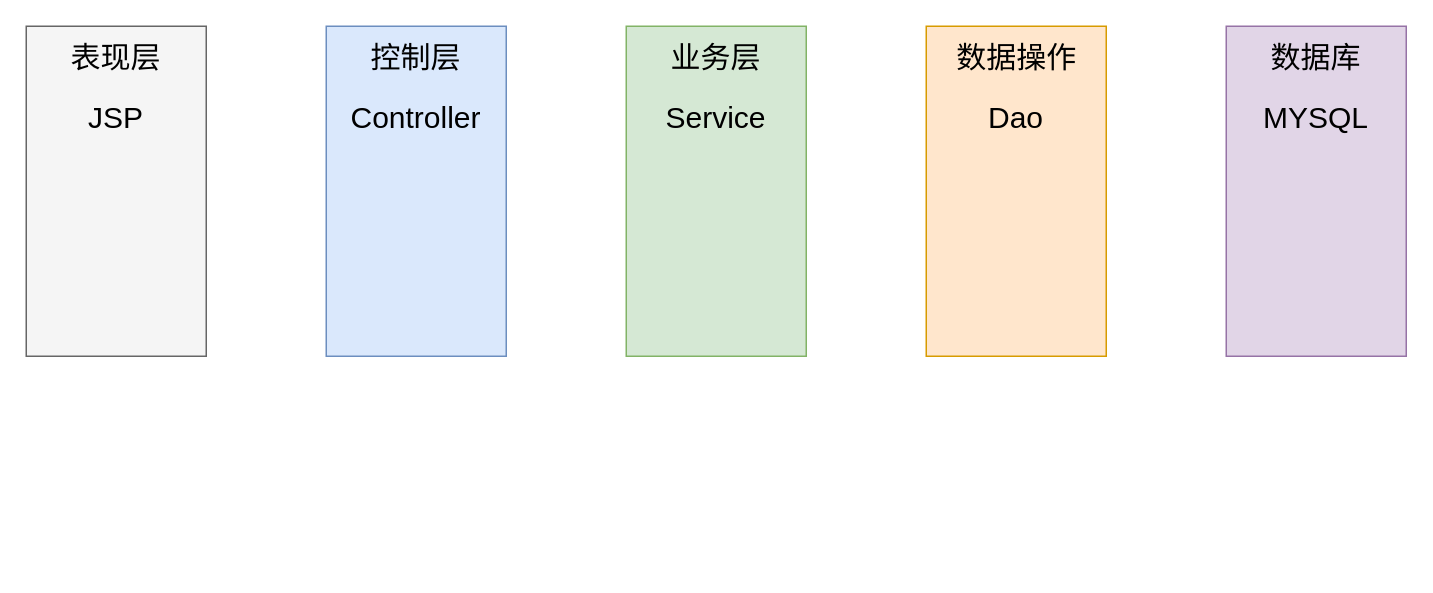
Earlier version of the draw.io diagram page "Page-2" (2 of 2) of MVC简构.drawio (yzexclusive/draw). Source tidied: cells renumbered, new cells numbered last; positions are measured from the earlier drawing's top-left corner, leaving out a move shared by most shapes. Both pictures are drawn from the tidied source at 150%, with x=0, y=0 at pixel (26, 26).
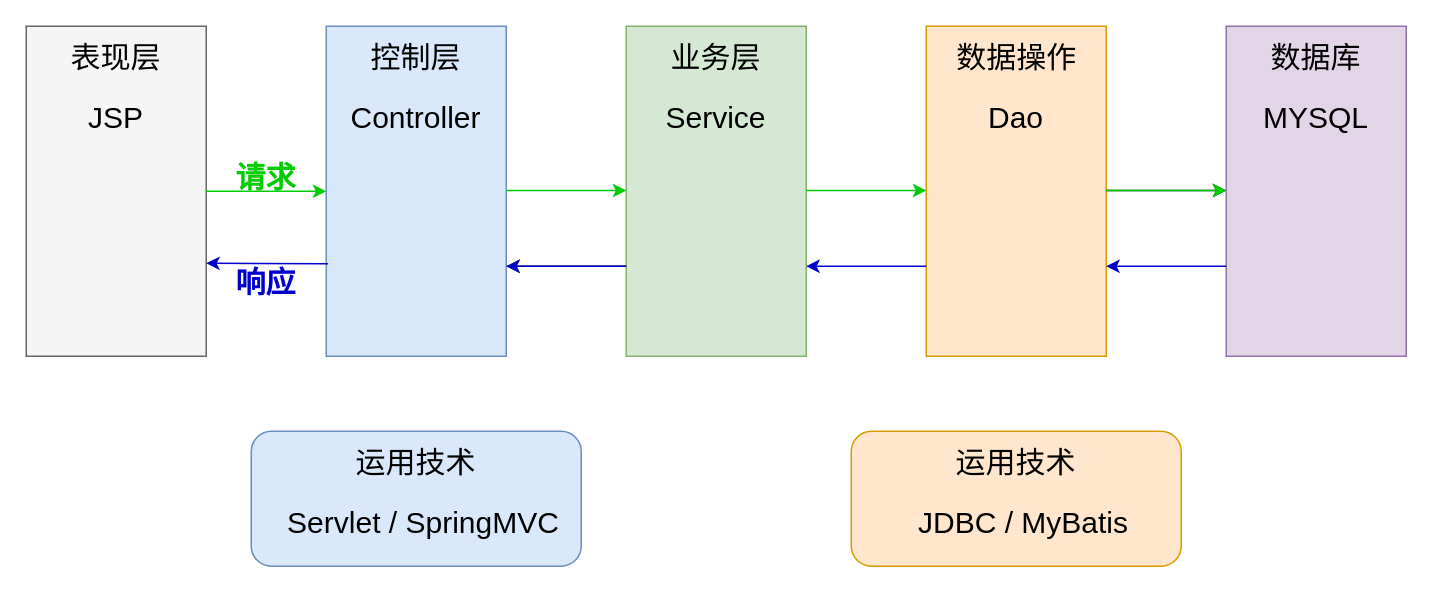
The same page after the edit.

Unchanged cells that the change refers to:
```xml
<mxCell id="2" style="rounded=0;whiteSpace=wrap;html=1;fillColor=#f5f5f5;strokeColor=#666666;fontColor=#333333;" parent="1" vertex="1">
  <mxGeometry width="120" height="220" as="geometry" />
</mxCell>
<mxCell id="3" style="rounded=0;whiteSpace=wrap;html=1;fillColor=#dae8fc;strokeColor=#6c8ebf;" parent="1" vertex="1">
  <mxGeometry x="200" width="120" height="220" as="geometry" />
</mxCell>
```

Diff of the diagram source:
```diff
@@
+    <mxCell id="17" style="endArrow=classic;html=1;fontSize=20;entryX=0;entryY=0.5;entryDx=0;entryDy=0;exitX=1;exitY=0.5;exitDx=0;exitDy=0;fontStyle=0;strokeColor=#00CC00;" parent="1" edge="1" source="2" target="3">
+      <mxGeometry relative="1" as="geometry" />
+    </mxCell>
+    <mxCell id="18" style="endArrow=classic;html=1;fontSize=20;entryX=0;entryY=0.5;entryDx=0;entryDy=0;exitX=1;exitY=0.5;exitDx=0;exitDy=0;strokeColor=#00CC00;" parent="1" edge="1">
+      <mxGeometry relative="1" as="geometry">
+        <mxPoint x="520" y="109.5" as="sourcePoint" />
+        <mxPoint x="600" y="109.5" as="targetPoint" />
+      </mxGeometry>
+    </mxCell>
+    <mxCell id="19" style="endArrow=classic;html=1;fontSize=20;entryX=0;entryY=0.5;entryDx=0;entryDy=0;exitX=1;exitY=0.5;exitDx=0;exitDy=0;strokeColor=#00CC00;" parent="1" edge="1">
+      <mxGeometry relative="1" as="geometry">
+        <mxPoint x="320" y="109.5" as="sourcePoint" />
+        <mxPoint x="400" y="109.5" as="targetPoint" />
+      </mxGeometry>
+    </mxCell>
+    <mxCell id="20" style="endArrow=classic;html=1;fontSize=20;entryX=0;entryY=0.5;entryDx=0;entryDy=0;exitX=1;exitY=0.5;exitDx=0;exitDy=0;" parent="1" edge="1">
+      <mxGeometry relative="1" as="geometry">
+        <mxPoint x="720" y="109.5" as="sourcePoint" />
+        <mxPoint x="800" y="109.5" as="targetPoint" />
+      </mxGeometry>
+    </mxCell>
+    <mxCell id="21" style="endArrow=classic;html=1;fontSize=20;exitX=0.01;exitY=0.72;exitDx=0;exitDy=0;exitPerimeter=0;strokeColor=#0000CC;" parent="1" edge="1" source="3">
+      <mxGeometry relative="1" as="geometry">
+        <mxPoint x="120" y="158" as="targetPoint" />
+      </mxGeometry>
+    </mxCell>
+    <mxCell id="22" style="endArrow=classic;html=1;fontSize=20;exitX=0;exitY=0.75;exitDx=0;exitDy=0;strokeColor=#0000CC;" parent="1" edge="1">
+      <mxGeometry relative="1" as="geometry">
+        <mxPoint x="800" y="160" as="sourcePoint" />
+        <mxPoint x="720" y="160" as="targetPoint" />
+      </mxGeometry>
+    </mxCell>
+    <mxCell id="23" style="endArrow=classic;html=1;fontSize=20;exitX=0;exitY=0.75;exitDx=0;exitDy=0;strokeColor=#0000CC;" parent="1" edge="1">
+      <mxGeometry relative="1" as="geometry">
+        <mxPoint x="600" y="160" as="sourcePoint" />
+        <mxPoint x="520" y="160" as="targetPoint" />
+      </mxGeometry>
+    </mxCell>
+    <mxCell id="24" style="endArrow=classic;html=1;fontSize=20;exitX=0;exitY=0.75;exitDx=0;exitDy=0;" parent="1" edge="1">
+      <mxGeometry relative="1" as="geometry">
+        <mxPoint x="400" y="160" as="sourcePoint" />
+        <mxPoint x="320" y="160" as="targetPoint" />
+      </mxGeometry>
+    </mxCell>
+    <mxCell id="25" value="&lt;b&gt;&lt;font color=&quot;#00cc00&quot;&gt;请求&lt;/font&gt;&lt;/b&gt;" style="text;html=1;strokeColor=none;fillColor=none;align=center;verticalAlign=middle;whiteSpace=wrap;rounded=0;fontSize=20;" parent="1" vertex="1">
+      <mxGeometry x="130" y="90" width="60" height="20" as="geometry" />
+    </mxCell>
+    <mxCell id="26" value="&lt;font color=&quot;#0000cc&quot;&gt;&lt;b&gt;响应&lt;/b&gt;&lt;/font&gt;" style="text;html=1;strokeColor=none;fillColor=none;align=center;verticalAlign=middle;whiteSpace=wrap;rounded=0;fontSize=20;" parent="1" vertex="1">
+      <mxGeometry x="135" y="160" width="50" height="20" as="geometry" />
+    </mxCell>
+    <mxCell id="27" style="endArrow=classic;html=1;fontSize=20;exitX=0;exitY=0.75;exitDx=0;exitDy=0;strokeColor=#0000CC;" parent="1" edge="1">
+      <mxGeometry relative="1" as="geometry">
+        <mxPoint x="400" y="160" as="sourcePoint" />
+        <mxPoint x="320" y="160" as="targetPoint" />
+      </mxGeometry>
+    </mxCell>
+    <mxCell id="28" style="endArrow=classic;html=1;fontSize=20;entryX=0;entryY=0.5;entryDx=0;entryDy=0;exitX=1;exitY=0.5;exitDx=0;exitDy=0;strokeColor=#00CC00;" parent="1" edge="1">
+      <mxGeometry relative="1" as="geometry">
+        <mxPoint x="720" y="109.5" as="sourcePoint" />
+        <mxPoint x="800" y="109.5" as="targetPoint" />
+      </mxGeometry>
+    </mxCell>
+    <mxCell id="29" style="rounded=1;whiteSpace=wrap;html=1;fontSize=20;fillColor=#dae8fc;strokeColor=#6c8ebf;" parent="1" vertex="1">
+      <mxGeometry x="150" y="270" width="220" height="90" as="geometry" />
+    </mxCell>
+    <mxCell id="30" value="运用技术" style="text;html=1;strokeColor=none;fillColor=none;align=center;verticalAlign=middle;whiteSpace=wrap;rounded=0;fontSize=20;" parent="1" vertex="1">
+      <mxGeometry x="205" y="280" width="110" height="20" as="geometry" />
+    </mxCell>
+    <mxCell id="31" value="Servlet / SpringMVC" style="text;html=1;strokeColor=none;fillColor=none;align=center;verticalAlign=middle;whiteSpace=wrap;rounded=0;fontSize=20;" parent="1" vertex="1">
+      <mxGeometry x="135" y="320" width="260" height="20" as="geometry" />
+    </mxCell>
+    <mxCell id="32" style="rounded=1;whiteSpace=wrap;html=1;fontSize=20;fillColor=#ffe6cc;strokeColor=#d79b00;" parent="1" vertex="1">
+      <mxGeometry x="550" y="270" width="220" height="90" as="geometry" />
+    </mxCell>
+    <mxCell id="33" value="运用技术" style="text;html=1;strokeColor=none;fillColor=none;align=center;verticalAlign=middle;whiteSpace=wrap;rounded=0;fontSize=20;" parent="1" vertex="1">
+      <mxGeometry x="605" y="280" width="110" height="20" as="geometry" />
+    </mxCell>
+    <mxCell id="34" value="JDBC / MyBatis&lt;br&gt;" style="text;html=1;strokeColor=none;fillColor=none;align=center;verticalAlign=middle;whiteSpace=wrap;rounded=0;fontSize=20;" parent="1" vertex="1">
+      <mxGeometry x="580" y="320" width="170" height="20" as="geometry" />
+    </mxCell>
```
